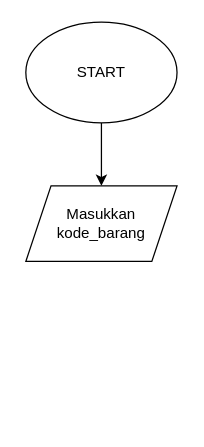
The draw.io diagram flowchart.drawio in sakhaardiansyah/Sakha_Ardiansyah-Sistem_Kasir, before the edit. Source tidied: cells renumbered, new cells numbered last; positions are measured from the earlier drawing's top-left corner, leaving out a move shared by most shapes. Both pictures are drawn from the tidied source at 126%, with x=0, y=0 at pixel (25, 21).
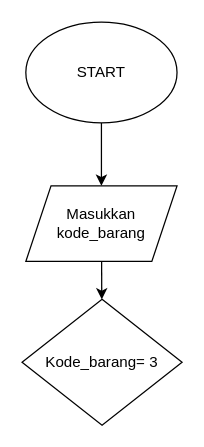
Above is the later version.

Commit message:
Inisialisasi Pengkondisian

The edit, as a diff of the source:
```diff
@@
 <mxGraphModel>
   <root>
     <mxCell id="0" />
     <mxCell id="1" parent="0" />
     <mxCell id="2" style="edgeStyle=none;html=1;" parent="1" edge="1" source="3" target="4">
       <mxGeometry relative="1" as="geometry" />
     </mxCell>
     <mxCell id="3" value="START" style="ellipse;whiteSpace=wrap;html=1;" parent="1" vertex="1">
       <mxGeometry width="120" height="80" as="geometry" />
     </mxCell>
+    <mxCell id="5" style="edgeStyle=none;html=1;" parent="1" edge="1" source="4" target="6">
+      <mxGeometry relative="1" as="geometry" />
+    </mxCell>
     <mxCell id="4" value="Masukkan kode_barang" style="shape=parallelogram;perimeter=parallelogramPerimeter;whiteSpace=wrap;html=1;fixedSize=1;" parent="1" vertex="1">
       <mxGeometry y="130" width="120" height="60" as="geometry" />
     </mxCell>
+    <mxCell id="6" value="Kode_barang= 3" style="rhombus;whiteSpace=wrap;html=1;" parent="1" vertex="1">
+      <mxGeometry x="-3" y="220" width="127" height="100" as="geometry" />
+    </mxCell>
   </root>
 </mxGraphModel>
```
